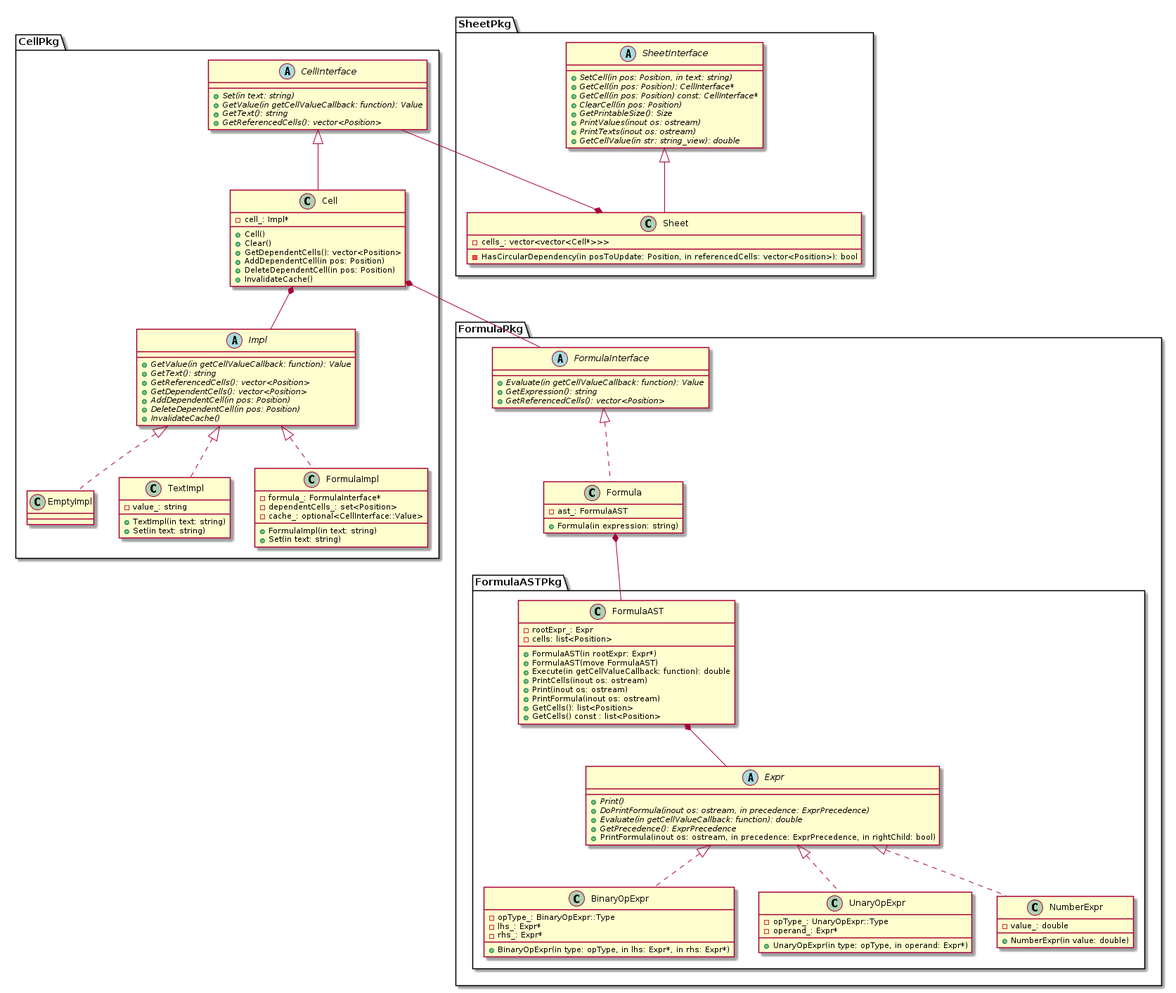
Before: uml/png/table.png, a diagram exported from PlantUML (kazarynau/YandexPraktikumFinal).
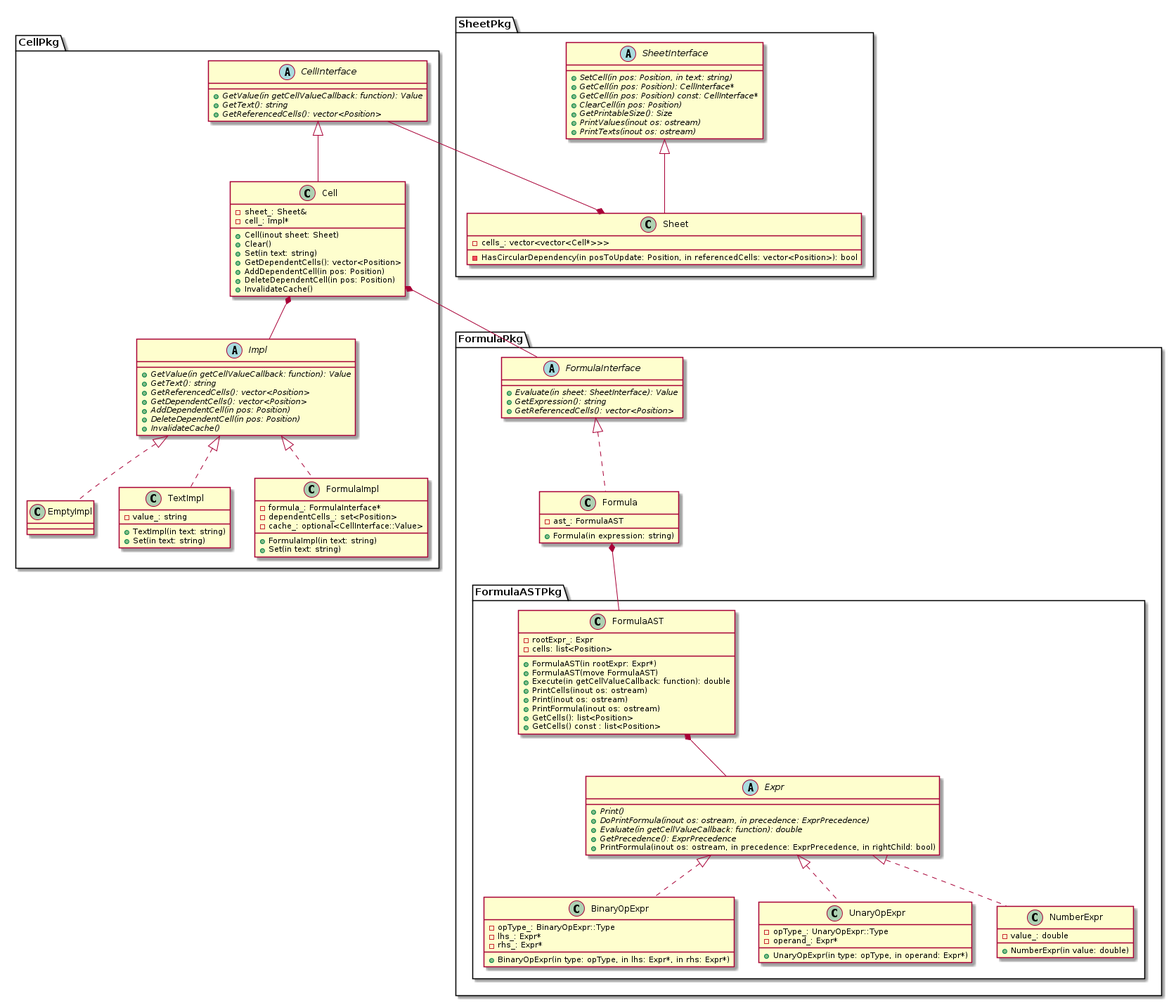
After the change.

The edit, as a diff of the source:
```diff
@@ -35,19 +35,20 @@
 
 
 abstract class CellInterface {
-    +{abstract} Set(in text: string)
     +{abstract} GetValue(in getCellValueCallback: function): Value
     +{abstract} GetText(): string
     +{abstract} GetReferencedCells(): vector<Position>
 }
 
 class Cell {
-    +Cell()
+    +Cell(inout sheet: Sheet)
     +Clear()
+    +Set(in text: string)
     +GetDependentCells(): vector<Position>
     +AddDependentCell(in pos: Position)
     +DeleteDependentCell(in pos: Position)
     +InvalidateCache()
+    -sheet_: Sheet&
     -cell_: Impl*
 }
 
@@ -66,7 +67,6 @@
     +{abstract} GetPrintableSize(): Size
     +{abstract} PrintValues(inout os: ostream)
     +{abstract} PrintTexts(inout os: ostream)
-    +{abstract} GetCellValue(in str: string_view): double
 }
 
 class Sheet {
@@ -131,7 +131,7 @@
 }
 
 abstract class FormulaInterface {
-    +{abstract} Evaluate(in getCellValueCallback: function): Value
+    +{abstract} Evaluate(in sheet: SheetInterface): Value
     +{abstract} GetExpression(): string
     +{abstract} GetReferencedCells(): vector<Position>
 }
```
